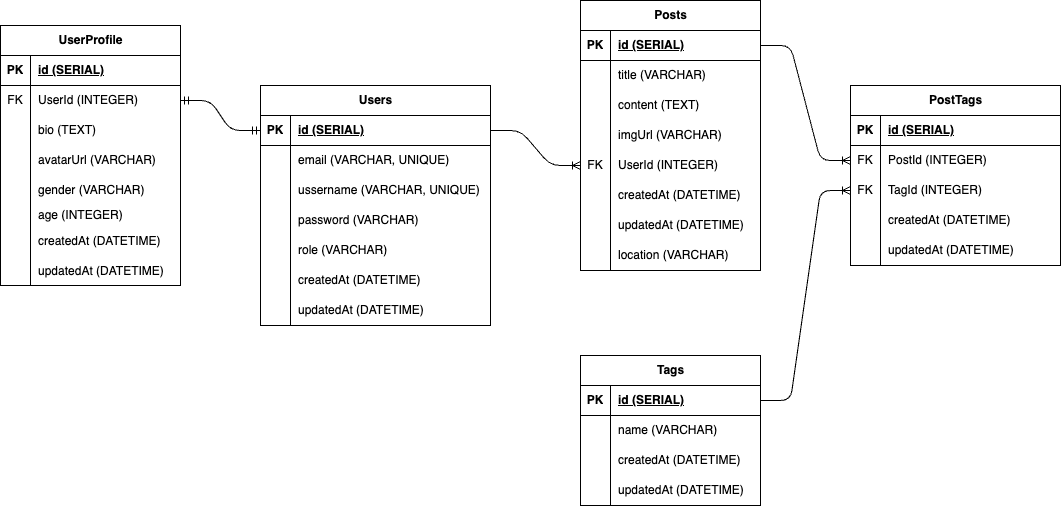
Before: SocialMedia.drawio.png, a diagram exported from draw.io (CanSaragih/SocialMedia-Instagram). Source tidied: cells renumbered, new cells last; positions are measured from the earlier drawing's top-left corner, leaving out a move shared by most shapes.
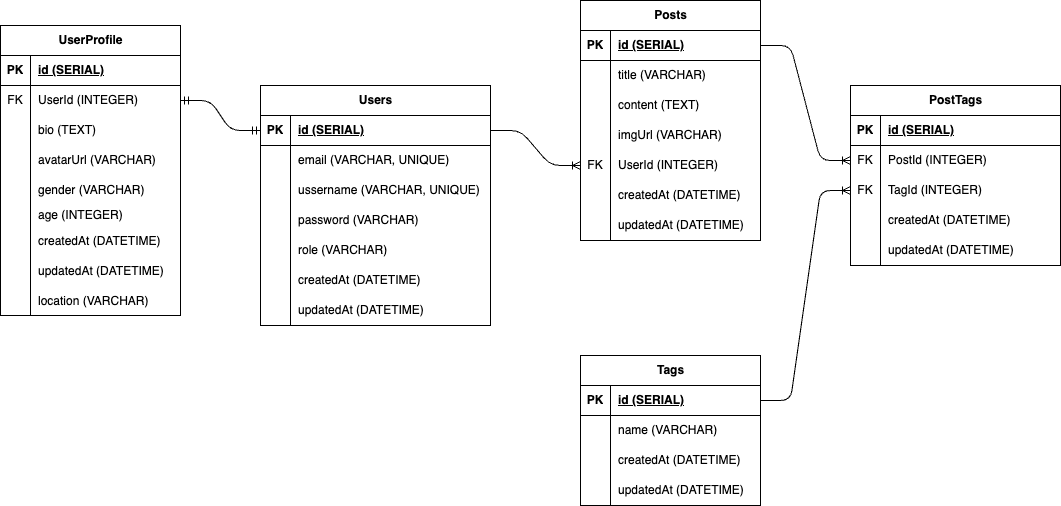
Above is the later version.

Diff of the diagram source:
```diff
@@ -69,7 +69,7 @@
       <mxGeometry x="30" width="200" height="30" as="geometry" />
     </mxCell>
     <mxCell id="24" value="UserProfile" style="shape=table;startSize=30;rowLines=0;fontStyle=1;align=center;html=1;" parent="1" vertex="1">
-      <mxGeometry y="25" width="180" height="260" as="geometry" />
+      <mxGeometry y="25" width="180" height="290" as="geometry" />
     </mxCell>
     <mxCell id="25" style="shape=tableRow;horizontal=0;startSize=0;swimlaneHead=0;swimlaneBody=0;fillColor=none;top=0;left=0;right=0;bottom=1;" parent="24" vertex="1">
       <mxGeometry y="30" width="180" height="30" as="geometry" />
@@ -143,11 +143,20 @@
     <mxCell id="48" value="updatedAt (DATETIME)" style="shape=partialRectangle;fillColor=none;top=0;left=0;bottom=0;right=0;align=left;spacingLeft=6;overflow=hidden;" parent="46" vertex="1">
       <mxGeometry x="30" width="150" height="30" as="geometry" />
     </mxCell>
+    <mxCell id="107" style="shape=tableRow;horizontal=0;startSize=0;swimlaneHead=0;swimlaneBody=0;fillColor=none;top=0;left=0;right=0;bottom=0;" parent="24" vertex="1">
+      <mxGeometry y="260" width="180" height="30" as="geometry" />
+    </mxCell>
+    <mxCell id="108" style="shape=partialRectangle;fillColor=none;top=0;left=0;bottom=0;right=0;overflow=hidden;" parent="107" vertex="1">
+      <mxGeometry width="30" height="30" as="geometry" />
+    </mxCell>
+    <mxCell id="74" value="location (VARCHAR)" style="shape=partialRectangle;fillColor=none;top=0;left=0;bottom=0;right=0;align=left;spacingLeft=6;overflow=hidden;" parent="107" vertex="1">
+      <mxGeometry x="30" width="150" height="30" as="geometry" />
+    </mxCell>
     <mxCell id="49" style="edgeStyle=entityRelationEdgeStyle;fontSize=12;html=1;endArrow=ERmandOne;startArrow=ERmandOne;" parent="1" edge="1" source="3" target="28">
       <mxGeometry relative="1" as="geometry" />
     </mxCell>
     <mxCell id="50" value="Posts" style="shape=table;startSize=30;rowLines=0;fontStyle=1;align=center;html=1;" parent="1" vertex="1">
-      <mxGeometry x="580" width="180" height="270" as="geometry" />
+      <mxGeometry x="580" width="180" height="240" as="geometry" />
     </mxCell>
     <mxCell id="51" style="shape=tableRow;horizontal=0;startSize=0;swimlaneHead=0;swimlaneBody=0;fillColor=none;points=[[0,0.5],[1,0.5]];portConstraint=eastwest;top=0;left=0;right=0;bottom=1;" parent="50" vertex="1">
       <mxGeometry y="30" width="180" height="30" as="geometry" />
@@ -212,15 +221,6 @@
     <mxCell id="71" value="&lt;span style=&quot;color: rgb(0, 0, 0); text-wrap-mode: nowrap;&quot;&gt;updatedAt (DATETIME)&lt;/span&gt;" style="shape=partialRectangle;fillColor=none;top=0;left=0;bottom=0;right=0;align=left;spacingLeft=6;overflow=hidden;whiteSpace=wrap;html=1;" parent="69" vertex="1">
       <mxGeometry x="30" width="150" height="30" as="geometry" />
     </mxCell>
-    <mxCell id="72" style="shape=tableRow;horizontal=0;startSize=0;swimlaneHead=0;swimlaneBody=0;fillColor=none;top=0;left=0;right=0;bottom=0;" parent="50" vertex="1">
-      <mxGeometry y="240" width="180" height="30" as="geometry" />
-    </mxCell>
-    <mxCell id="73" style="shape=partialRectangle;fillColor=none;top=0;left=0;bottom=0;right=0;overflow=hidden;whiteSpace=wrap;html=1;" parent="72" vertex="1">
-      <mxGeometry width="30" height="30" as="geometry" />
-    </mxCell>
-    <mxCell id="74" value="location (VARCHAR)" style="shape=partialRectangle;fillColor=none;top=0;left=0;bottom=0;right=0;align=left;spacingLeft=6;overflow=hidden;whiteSpace=wrap;html=1;" parent="72" vertex="1">
-      <mxGeometry x="30" width="150" height="30" as="geometry" />
-    </mxCell>
     <mxCell id="75" value="Tags" style="shape=table;startSize=30;rowLines=0;fontStyle=1;align=center;html=1;" parent="1" vertex="1">
       <mxGeometry x="580" y="355" width="180" height="150" as="geometry" />
     </mxCell>
```
